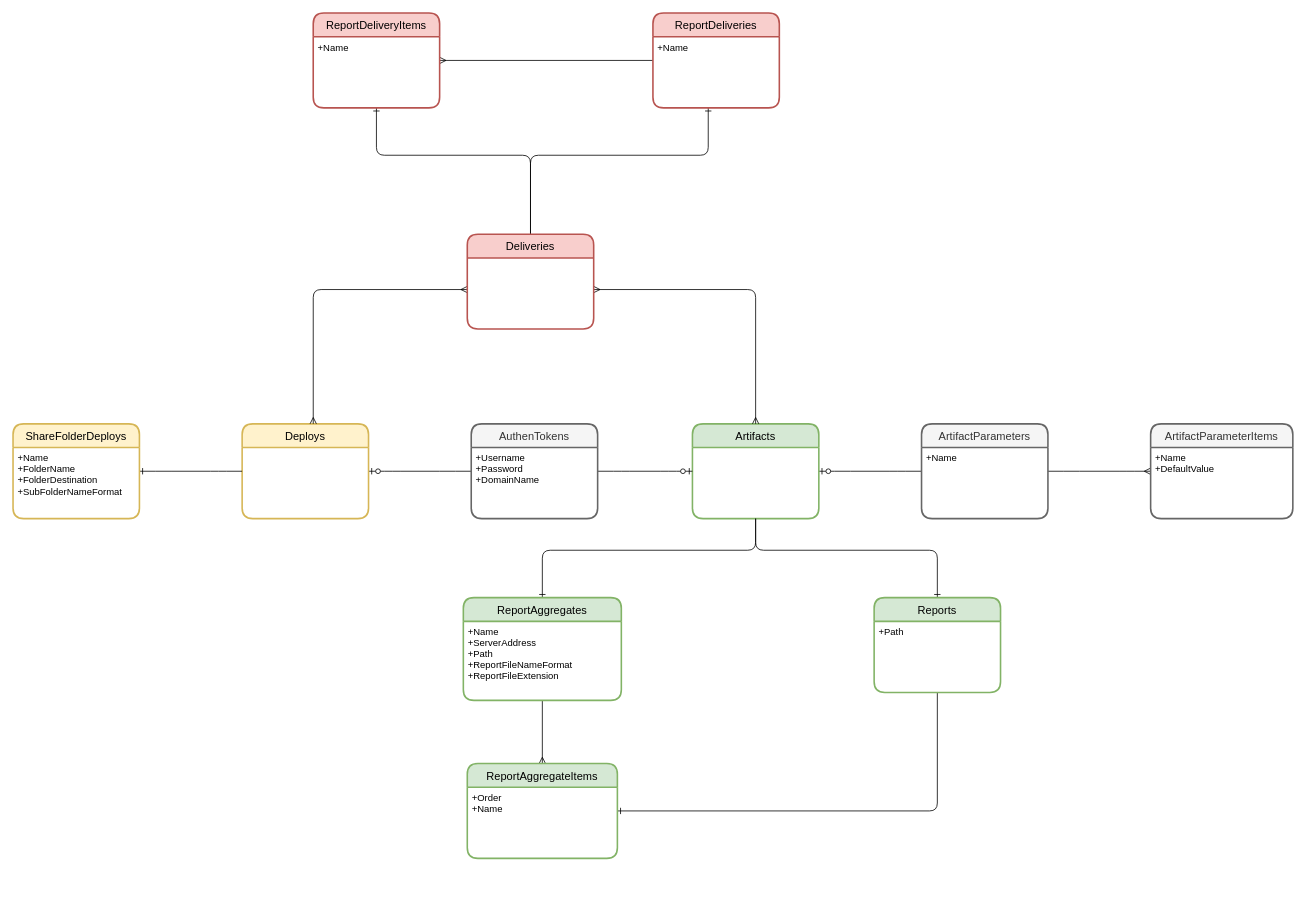
chavp/data-modeling keeps this draw.io diagram as Deliveries Models.drawio. Above is the earlier version. Source tidied: cells renumbered, new cells numbered last; positions are measured from the earlier drawing's top-left corner, leaving out a move shared by most shapes. Both pictures are drawn from the tidied source at 79%, with x=0, y=0 at pixel (13, 13).
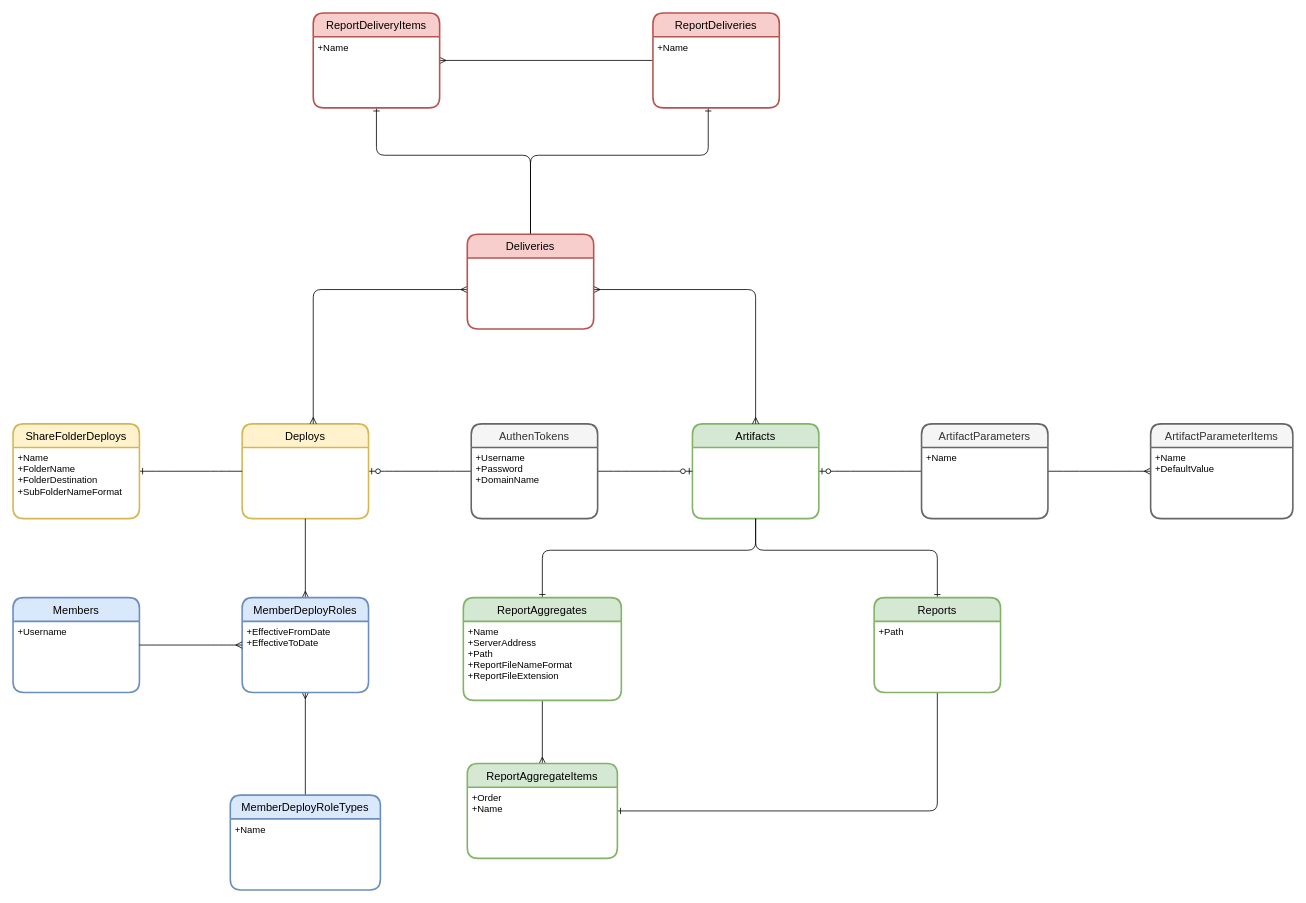
Above is the later version.

The change refers to these unchanged cells:
```xml
<mxCell id="12" value="Deploys" style="swimlane;horizontal=1;startSize=30;rounded=1;fontSize=14;fontStyle=0;strokeWidth=2;shadow=0;dashed=0;align=center;fillColor=#fff2cc;strokeColor=#d6b656;" parent="1" vertex="1">
  <mxGeometry x="290" y="520" width="160" height="120" as="geometry" />
</mxCell>
```

The edit, as a diff of the source:
```diff
@@
+    <mxCell id="37" style="edgeStyle=orthogonalEdgeStyle;fontSize=12;html=1;endArrow=ERmany;" parent="1" edge="1" source="41" target="39">
+      <mxGeometry relative="1" as="geometry" />
+    </mxCell>
+    <mxCell id="38" style="edgeStyle=orthogonalEdgeStyle;fontSize=12;html=1;endArrow=ERmany;" parent="1" edge="1" source="12" target="39">
+      <mxGeometry relative="1" as="geometry" />
+    </mxCell>
+    <mxCell id="39" value="MemberDeployRoles" style="swimlane;horizontal=1;startSize=30;rounded=1;fontSize=14;fontStyle=0;strokeWidth=2;shadow=0;dashed=0;align=center;fillColor=#dae8fc;strokeColor=#6c8ebf;" parent="1" vertex="1">
+      <mxGeometry x="290" y="740" width="160" height="120" as="geometry" />
+    </mxCell>
+    <mxCell id="40" value="+EffectiveFromDate&#10;+EffectiveToDate&#10;" style="align=left;strokeColor=none;fillColor=none;spacingLeft=4;fontSize=12;verticalAlign=top;" parent="39" vertex="1">
+      <mxGeometry y="30" width="160" height="90" as="geometry" />
+    </mxCell>
+    <mxCell id="41" value="MemberDeployRoleTypes" style="swimlane;horizontal=1;startSize=30;rounded=1;fontSize=14;fontStyle=0;strokeWidth=2;shadow=0;dashed=0;align=center;fillColor=#dae8fc;strokeColor=#6c8ebf;" parent="1" vertex="1">
+      <mxGeometry x="275" y="990" width="190" height="120" as="geometry" />
+    </mxCell>
+    <mxCell id="42" value="+Name&#10;" style="align=left;strokeColor=none;fillColor=none;spacingLeft=4;fontSize=12;verticalAlign=top;" parent="41" vertex="1">
+      <mxGeometry y="30" width="190" height="90" as="geometry" />
+    </mxCell>
+    <mxCell id="43" value="Members" style="swimlane;horizontal=1;startSize=30;rounded=1;fontSize=14;fontStyle=0;strokeWidth=2;shadow=0;dashed=0;align=center;fillColor=#dae8fc;strokeColor=#6c8ebf;" parent="1" vertex="1">
+      <mxGeometry y="740" width="160" height="120" as="geometry" />
+    </mxCell>
+    <mxCell id="44" value="+Username&#10;" style="align=left;strokeColor=none;fillColor=none;spacingLeft=4;fontSize=12;verticalAlign=top;" parent="43" vertex="1">
+      <mxGeometry y="30" width="160" height="90" as="geometry" />
+    </mxCell>
+    <mxCell id="45" style="edgeStyle=entityRelationEdgeStyle;fontSize=12;html=1;endArrow=ERmany;" parent="1" edge="1" source="43" target="39">
+      <mxGeometry relative="1" as="geometry" />
+    </mxCell>
```
